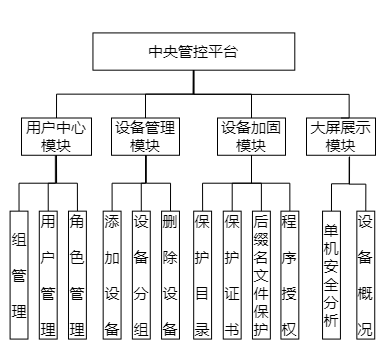
This is 功能划分图.png from EchoZgj/paper, a draw.io export, as it was before one commit. Source tidied: cells renumbered, new cells last; positions are measured from the earlier drawing's top-left corner, leaving out a move shared by most shapes.
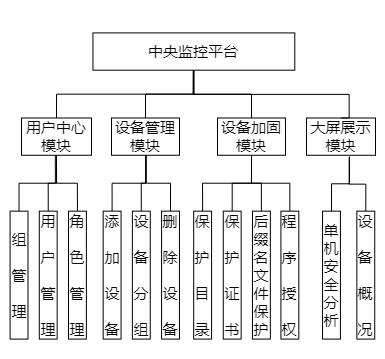
Later version of the same file.

Commit message:
Added 功能划分图.png

Change to the diagram source:
```diff
@@ -17,7 +17,7 @@
     <mxCell id="6" style="group;" parent="5" vertex="1">
       <mxGeometry width="380" height="331" as="geometry" />
     </mxCell>
-    <mxCell id="7" value="&lt;font style=&quot;font-size: 15px&quot;&gt;中央管控平台&lt;/font&gt;" style="rounded=0;whiteSpace=wrap;html=1;" parent="6" vertex="1">
+    <mxCell id="7" value="&lt;font style=&quot;font-size: 15px&quot;&gt;中央监控平台&lt;/font&gt;" style="rounded=0;whiteSpace=wrap;html=1;" parent="6" vertex="1">
       <mxGeometry x="90.4" y="12.4" width="201.8" height="37.3" as="geometry" />
     </mxCell>
     <mxCell id="8" style="edgeStyle=orthogonalEdgeStyle;rounded=0;jettySize=auto;html=1;exitX=0.5;exitY=0;exitDx=0;exitDy=0;endArrow=none;endFill=0;" parent="6" edge="1" source="9" target="7">
```
